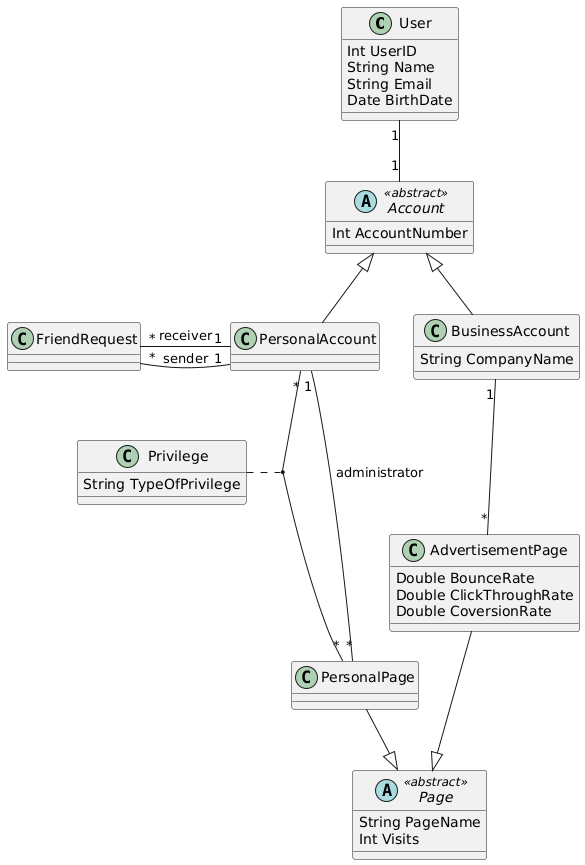
Above: dataset/Facepage/plantuml.png in Charlotte-Verbruggen/GoldenUMLmodelset (PlantUML), before the change.
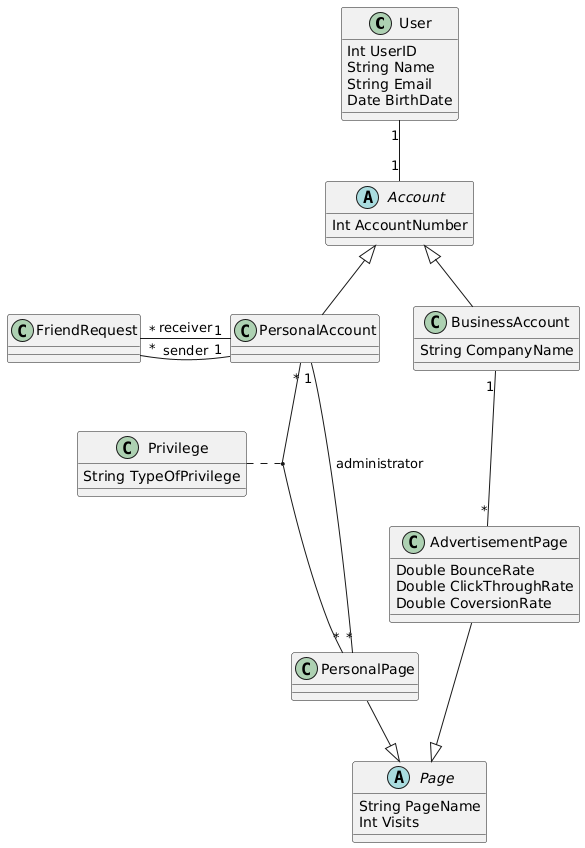
The same file after the commit.

What changed in the source:
```diff
@@ -6,7 +6,7 @@
     Date BirthDate
 }
 
-abstract Account <<abstract>> {
+abstract class Account {
     Int AccountNumber
 }
 
@@ -14,22 +14,16 @@
     String CompanyName
 }
 
-class PersonalAccount {
+class PersonalAccount {}
 
-}
+class FriendRequest {}
 
-class FriendRequest {
-
-}
-
-abstract Page <<abstract>> {
+abstract class Page {
     String PageName
     Int Visits
 }
 
-class PersonalPage {
-
-}
+class PersonalPage {}
 
 class Privilege {
     String TypeOfPrivilege
```
